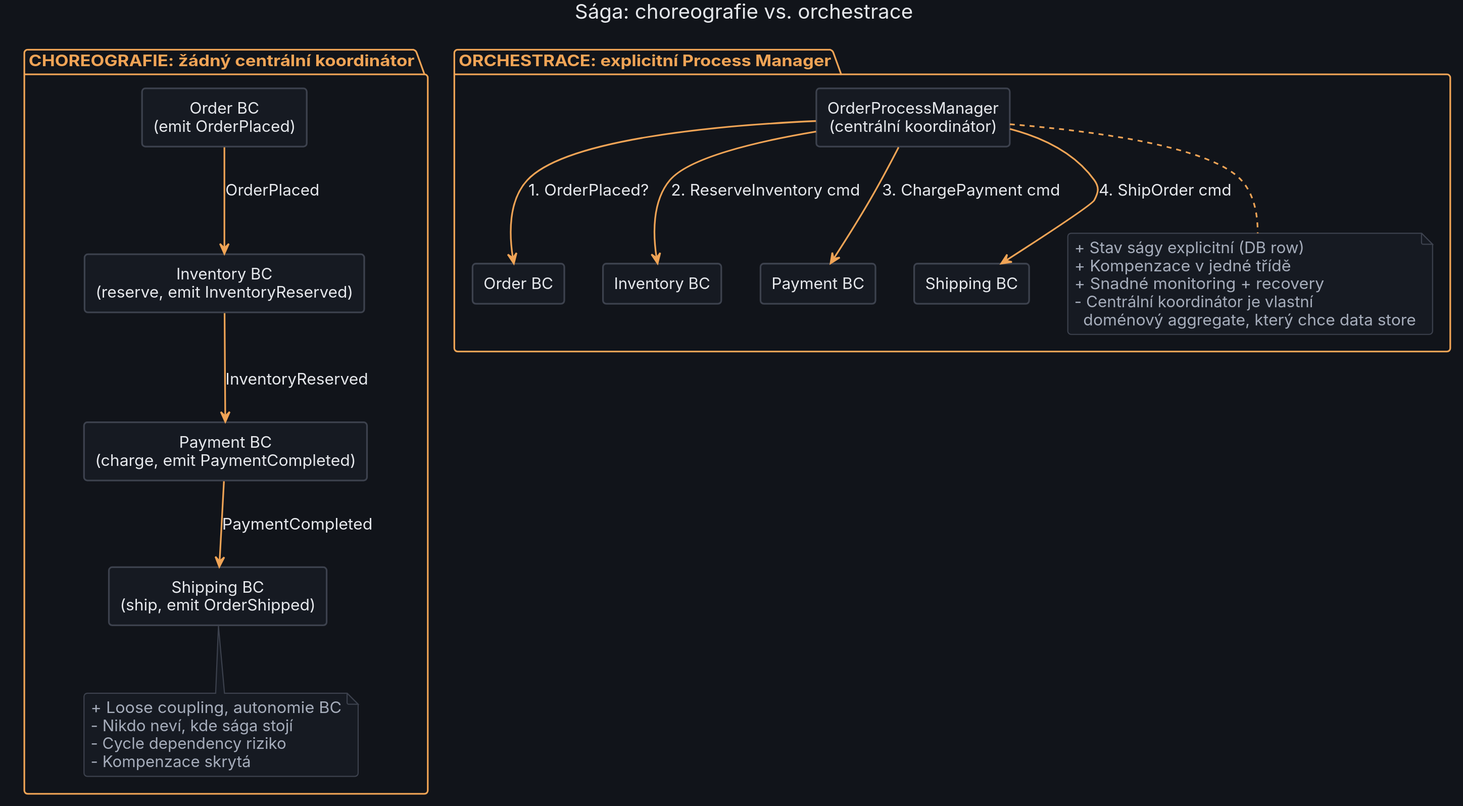
The PlantUML diagram public/images/diagrams/8_sagas/choreography_vs_orchestration.svg in MichalKatuscak/ddd-v-symfony, before a commit.
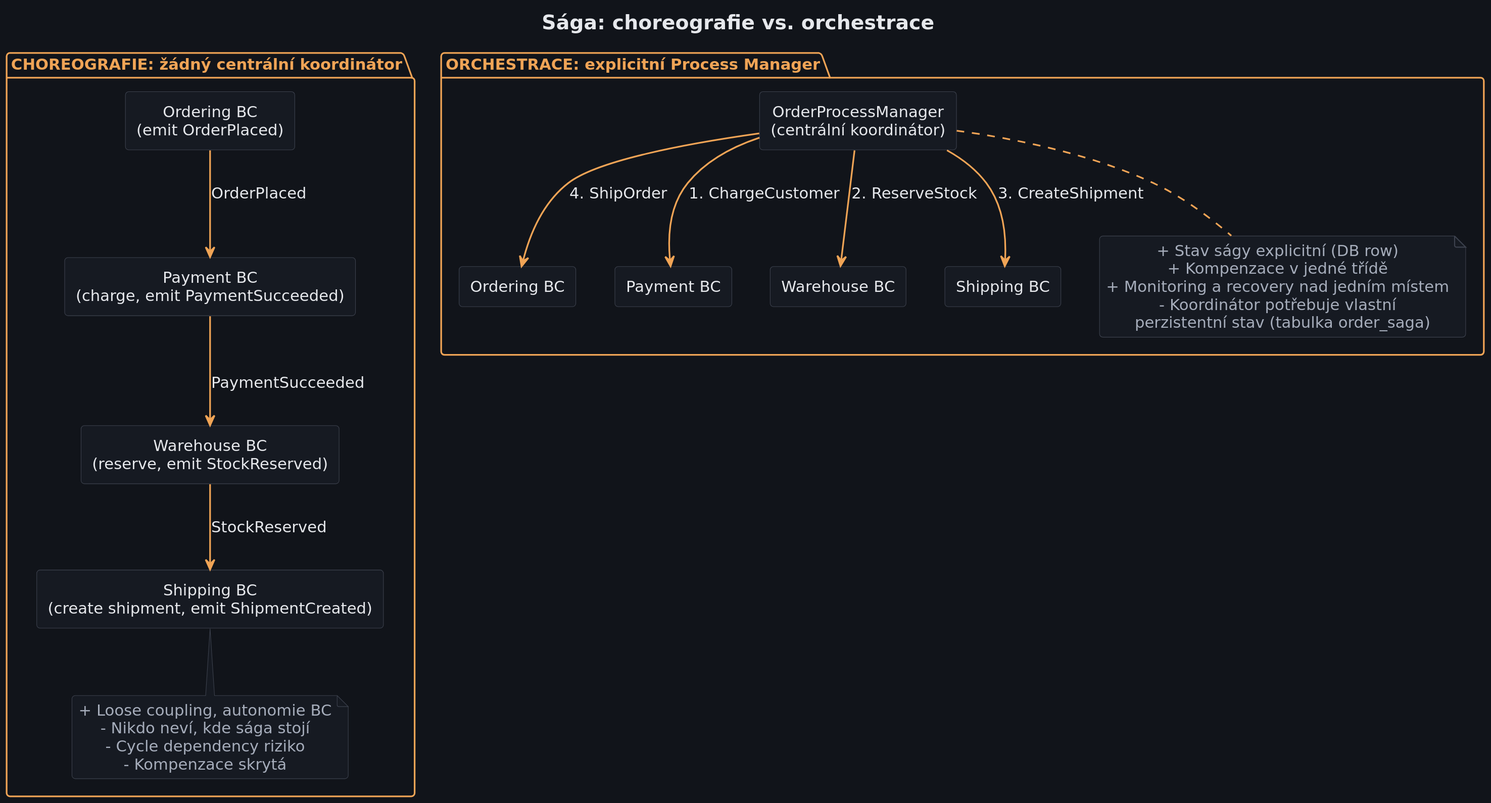
The same diagram one commit later.

The edit, as a diff of the source:
```diff
@@ -1,201 +1,23 @@
-@startuml choreography_vs_orchestration
-skinparam dpi 150
-skinparam backgroundColor #11141A
-skinparam shadowing false
-skinparam roundCorner 6
-
-skinparam defaultFontName "DejaVu Sans"
-skinparam defaultFontSize 14
-skinparam defaultFontColor #E6E8EC
-skinparam defaultTextAlignment center
-
-
-skinparam ArrowColor #F0A456
-skinparam ArrowFontColor #E6E8EC
-skinparam ArrowThickness 1.5
-
-skinparam node {
-  BackgroundColor #161A22
-  BorderColor #3D424E
-  FontColor #E6E8EC
-}
-
-skinparam component {
-  BackgroundColor #161A22
-  BorderColor #3D424E
-  FontColor #E6E8EC
-}
-
-skinparam rectangle {
-  BackgroundColor #161A22
-  BorderColor #3D424E
-  FontColor #E6E8EC
-}
-
-skinparam package {
-  BackgroundColor #11141A
-  BorderColor #F0A456
-  FontColor #F0A456
-}
-
-skinparam folder {
-  BackgroundColor #161A22
-  BorderColor #3D424E
-  FontColor #E6E8EC
-}
-
-skinparam frame {
-  BackgroundColor #161A22
-  BorderColor #3D424E
-  FontColor #E6E8EC
-}
-
-skinparam database {
-  BackgroundColor #1B202A
-  BorderColor #3D424E
-  FontColor #E6E8EC
-}
-
-skinparam queue {
-  BackgroundColor #1B202A
-  BorderColor #3D424E
-  FontColor #E6E8EC
-}
-
-skinparam cloud {
-  BackgroundColor #1B202A
-  BorderColor #3D424E
-  FontColor #E6E8EC
-}
-
-skinparam actor {
-  BackgroundColor #161A22
-  BorderColor #F0A456
-  FontColor #E6E8EC
-}
-
-skinparam usecase {
-  BackgroundColor #161A22
-  BorderColor #3D424E
-  FontColor #E6E8EC
-}
-
-skinparam class {
-  BackgroundColor #161A22
-  BorderColor #3D424E
-  HeaderBackgroundColor #1B202A
-  ArrowColor #F0A456
-  FontColor #E6E8EC
-  AttributeFontColor #A6ADBB
-  StereotypeFontColor #F0A456
-}
-
-skinparam object {
-  BackgroundColor #161A22
-  BorderColor #3D424E
-  FontColor #E6E8EC
-}
-
-skinparam sequence {
-  ParticipantBackgroundColor #161A22
-  ParticipantBorderColor #3D424E
-  ParticipantFontColor #E6E8EC
-  ActorBackgroundColor #161A22
-  ActorBorderColor #F0A456
-  ActorFontColor #E6E8EC
-  LifeLineBorderColor #3D424E
-  LifeLineBackgroundColor #1B202A
-  ArrowColor #F0A456
-  ArrowFontColor #E6E8EC
-  GroupBackgroundColor #1B202A
-  GroupBorderColor #3D424E
-  GroupFontColor #A6ADBB
-  GroupHeaderFontColor #F0A456
-  BoxBackgroundColor #11141A
-  BoxBorderColor #F0A456
-  BoxFontColor #F0A456
-  DividerBackgroundColor #1B202A
-  DividerBorderColor #3D424E
-  DividerFontColor #A6ADBB
-  ReferenceBackgroundColor #161A22
-  ReferenceBorderColor #3D424E
-  ReferenceFontColor #E6E8EC
-  ReferenceHeaderBackgroundColor #1B202A
-  StereotypeFontColor #F0A456
-}
-
-skinparam state {
-  BackgroundColor #161A22
-  BorderColor #3D424E
-  FontColor #E6E8EC
-  StartColor #F0A456
-  EndColor #F0A456
-  ArrowColor #F0A456
-  AttributeFontColor #A6ADBB
-}
-
-skinparam activity {
-  BackgroundColor #161A22
-  BorderColor #3D424E
-  FontColor #E6E8EC
-  ArrowColor #F0A456
-  StartColor #F0A456
-  EndColor #F0A456
-  BarColor #F0A456
-  DiamondBackgroundColor #1B202A
-  DiamondBorderColor #3D424E
-  DiamondFontColor #E6E8EC
-}
-
-skinparam note {
-  BackgroundColor #1B202A
-  BorderColor #3D424E
-  FontColor #A6ADBB
-}
-
-skinparam title {
-  FontColor #E6E8EC
-  FontSize 18
-}
-
-skinparam legend {
-  BackgroundColor #161A22
-  BorderColor #3D424E
-  FontColor #A6ADBB
-}
-
-skinparam caption {
-  FontColor #A6ADBB
-}
-
-skinparam stereotype {
-  CBackgroundColor #1B202A
-  CBorderColor #F0A456
-  ABackgroundColor #1B202A
-  ABorderColor #F0A456
-  IBackgroundColor #1B202A
-  IBorderColor #F0A456
-  EBackgroundColor #1B202A
-  EBorderColor #F0A456
-}
+@startuml
+!include ../theme.iuml
 
 title Sága: choreografie vs. orchestrace
 
 skinparam package {
-  BackgroundColor #11141A
-  BorderColor #F0A456
-  FontColor #F0A456
+  BackgroundColor $BG
+  BorderColor $ACCENT
+  FontColor $ACCENT
 }
 
 package "CHOREOGRAFIE: žádný centrální koordinátor" as choreo {
-  rectangle "Order BC\n(emit OrderPlaced)" as c_order
-  rectangle "Inventory BC\n(reserve, emit InventoryReserved)" as c_inv
-  rectangle "Payment BC\n(charge, emit PaymentCompleted)" as c_pay
-  rectangle "Shipping BC\n(ship, emit OrderShipped)" as c_ship
+  rectangle "Ordering BC\n(emit OrderPlaced)" as c_order
+  rectangle "Payment BC\n(charge, emit PaymentSucceeded)" as c_pay
+  rectangle "Warehouse BC\n(reserve, emit StockReserved)" as c_inv
+  rectangle "Shipping BC\n(create shipment, emit ShipmentCreated)" as c_ship
 
-  c_order -[#F0A456]-> c_inv : OrderPlaced
-  c_inv -[#F0A456]-> c_pay : InventoryReserved
-  c_pay -[#F0A456]-> c_ship : PaymentCompleted
+  c_order -[#F0A456]-> c_pay : OrderPlaced
+  c_pay -[#F0A456]-> c_inv : PaymentSucceeded
+  c_inv -[#F0A456]-> c_ship : StockReserved
 
   note bottom of c_ship #161A22
     + Loose coupling, autonomie BC
@@ -208,23 +30,22 @@
 package "ORCHESTRACE: explicitní Process Manager" as orch {
   rectangle "OrderProcessManager\n(centrální koordinátor)" as o_pm
 
-  rectangle "Order BC" as o_order
-  rectangle "Inventory BC" as o_inv
+  rectangle "Ordering BC" as o_order
   rectangle "Payment BC" as o_pay
+  rectangle "Warehouse BC" as o_inv
   rectangle "Shipping BC" as o_ship
 
-  o_pm -[#F0A456]-> o_order : 1. OrderPlaced?
-  o_pm -[#F0A456]-> o_inv : 2. ReserveInventory cmd
-  o_pm -[#F0A456]-> o_pay : 3. ChargePayment cmd
-  o_pm -[#F0A456]-> o_ship : 4. ShipOrder cmd
+  o_pm -[#F0A456]-> o_pay : 1. ChargeCustomer
+  o_pm -[#F0A456]-> o_inv : 2. ReserveStock
+  o_pm -[#F0A456]-> o_ship : 3. CreateShipment
+  o_pm -[#F0A456]-> o_order : 4. ShipOrder
 
   note bottom of o_pm #161A22
     + Stav ságy explicitní (DB row)
     + Kompenzace v jedné třídě
-    + Snadné monitoring + recovery
-    - Centrální koordinátor je vlastní
-      doménový aggregate, který chce data store
+    + Monitoring a recovery nad jedním místem
+    - Koordinátor potřebuje vlastní
+      perzistentní stav (tabulka order_saga)
   end note
 }
-
 @enduml
```
